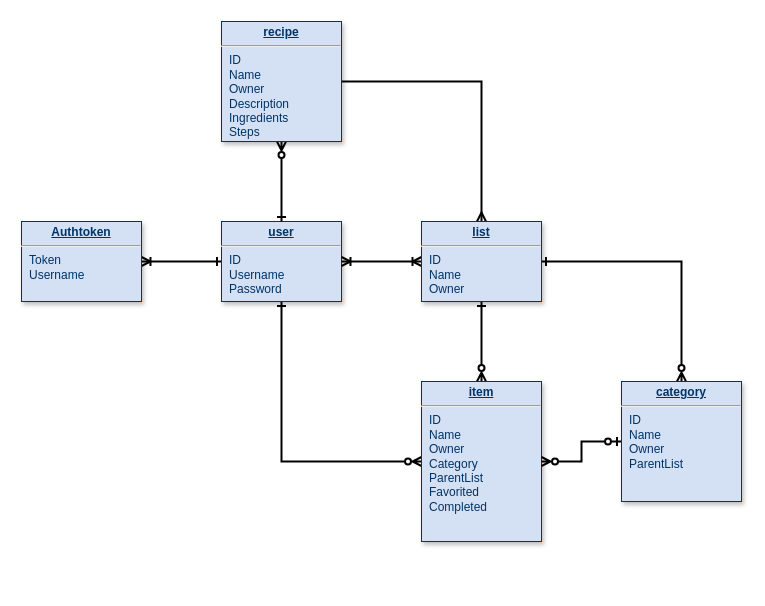
Above: db/dbDiagram.drawio in JacksonSahleen/FamilyListServer (draw.io), before the change. Source tidied: cells renumbered, new cells numbered last; positions are measured from the earlier drawing's top-left corner, leaving out a move shared by most shapes. Both pictures are drawn from the tidied source at 100%, with x=0, y=0 at pixel (21, 21).
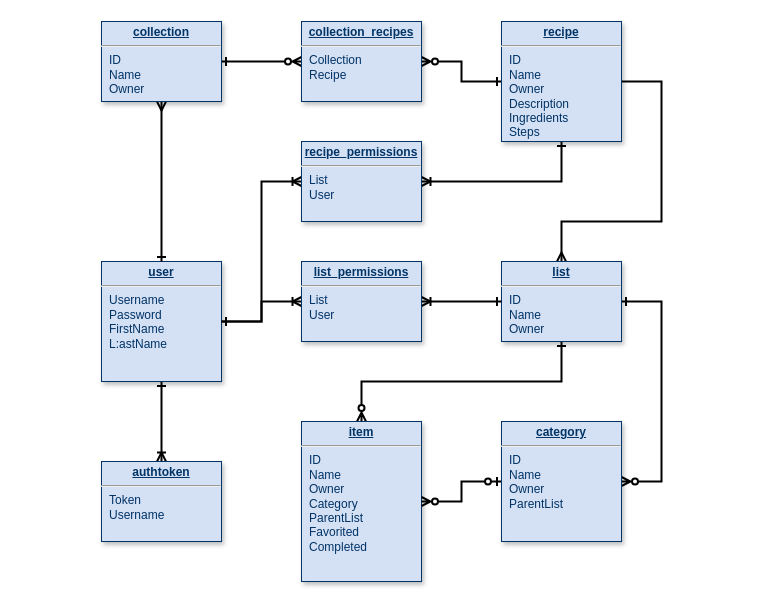
After the change.

What changed in the source:
```diff
@@
-    <mxCell id="2" style="edgeStyle=orthogonalEdgeStyle;rounded=0;jettySize=auto;html=1;endArrow=ERzeroToMany;endFill=0;startArrow=ERone;startFill=0;strokeWidth=2;entryX=0;entryY=0.5;entryDx=0;entryDy=0;exitX=0.5;exitY=1;exitDx=0;exitDy=0;" parent="1" edge="1" source="4" target="6">
-      <mxGeometry relative="1" as="geometry" />
-    </mxCell>
@@
-    <mxCell id="4" value="&lt;p style=&quot;margin: 0px; margin-top: 4px; text-align: center; text-decoration: underline;&quot;&gt;&lt;strong&gt;user&lt;/strong&gt;&lt;/p&gt;&lt;hr&gt;&lt;p style=&quot;margin: 0px; margin-left: 8px;&quot;&gt;&lt;span style=&quot;background-color: initial;&quot;&gt;ID&lt;/span&gt;&lt;/p&gt;&lt;p style=&quot;margin: 0px; margin-left: 8px;&quot;&gt;&lt;span style=&quot;background-color: initial;&quot;&gt;Username&lt;/span&gt;&lt;br&gt;&lt;/p&gt;&lt;p style=&quot;margin: 0px; margin-left: 8px;&quot;&gt;Password&lt;/p&gt;" style="verticalAlign=top;align=left;overflow=fill;fontSize=12;fontFamily=Helvetica;html=1;strokeColor=#003366;shadow=1;fillColor=#D4E1F5;fontColor=#003366;" parent="1" vertex="1">
-      <mxGeometry x="200" y="200" width="120" height="80" as="geometry" />
+    <mxCell id="4" value="&lt;p style=&quot;margin: 0px; margin-top: 4px; text-align: center; text-decoration: underline;&quot;&gt;&lt;strong&gt;user&lt;/strong&gt;&lt;/p&gt;&lt;hr&gt;&lt;p style=&quot;margin: 0px; margin-left: 8px;&quot;&gt;&lt;span style=&quot;background-color: initial;&quot;&gt;Username&lt;/span&gt;&lt;br&gt;&lt;/p&gt;&lt;p style=&quot;margin: 0px; margin-left: 8px;&quot;&gt;Password&lt;/p&gt;&lt;p style=&quot;margin: 0px; margin-left: 8px;&quot;&gt;FirstName&lt;/p&gt;&lt;p style=&quot;margin: 0px; margin-left: 8px;&quot;&gt;L:astName&lt;/p&gt;" style="verticalAlign=top;align=left;overflow=fill;fontSize=12;fontFamily=Helvetica;html=1;strokeColor=#003366;shadow=1;fillColor=#D4E1F5;fontColor=#003366;" parent="1" vertex="1">
+      <mxGeometry x="80" y="240" width="120" height="120" as="geometry" />
     </mxCell>
-    <mxCell id="5" style="edgeStyle=orthogonalEdgeStyle;rounded=0;jettySize=auto;html=1;fontFamily=Helvetica;fontSize=12;fontColor=#003366;startArrow=ERzeroToMany;startFill=0;endArrow=ERone;endFill=0;strokeWidth=2;" parent="1" edge="1" source="6" target="12">
+    <mxCell id="5" style="edgeStyle=orthogonalEdgeStyle;rounded=0;jettySize=auto;html=1;fontFamily=Helvetica;fontSize=12;fontColor=#003366;startArrow=ERzeroToMany;startFill=0;endArrow=ERone;endFill=0;strokeWidth=2;exitX=0.5;exitY=0;exitDx=0;exitDy=0;" parent="1" edge="1" source="6" target="12">
       <mxGeometry relative="1" as="geometry" />
     </mxCell>
     <mxCell id="6" value="&lt;p style=&quot;margin: 0px; margin-top: 4px; text-align: center; text-decoration: underline;&quot;&gt;&lt;strong&gt;item&lt;/strong&gt;&lt;/p&gt;&lt;hr&gt;&lt;p style=&quot;margin: 0px; margin-left: 8px;&quot;&gt;&lt;span style=&quot;background-color: initial;&quot;&gt;ID&lt;/span&gt;&lt;/p&gt;&lt;p style=&quot;margin: 0px; margin-left: 8px;&quot;&gt;&lt;span style=&quot;background-color: initial;&quot;&gt;Name&lt;/span&gt;&lt;br&gt;&lt;/p&gt;&lt;p style=&quot;margin: 0px; margin-left: 8px;&quot;&gt;&lt;span style=&quot;background-color: initial;&quot;&gt;Owner&lt;/span&gt;&lt;/p&gt;&lt;p style=&quot;margin: 0px; margin-left: 8px;&quot;&gt;Category&lt;/p&gt;&lt;p style=&quot;margin: 0px; margin-left: 8px;&quot;&gt;ParentList&lt;/p&gt;&lt;p style=&quot;margin: 0px; margin-left: 8px;&quot;&gt;Favorited&lt;/p&gt;&lt;p style=&quot;margin: 0px; margin-left: 8px;&quot;&gt;Completed&lt;/p&gt;" style="verticalAlign=top;align=left;overflow=fill;fontSize=12;fontFamily=Helvetica;html=1;strokeColor=#003366;shadow=1;fillColor=#D4E1F5;fontColor=#003366;" parent="1" vertex="1">
-      <mxGeometry x="400" y="360" width="120" height="160" as="geometry" />
+      <mxGeometry x="280" y="400" width="120" height="160" as="geometry" />
     </mxCell>
@@
-    <mxCell id="8" style="edgeStyle=orthogonalEdgeStyle;rounded=0;jettySize=auto;html=1;entryX=1;entryY=0.5;entryDx=0;entryDy=0;exitX=0.5;exitY=0;exitDx=0;exitDy=0;startArrow=ERzeroToMany;startFill=0;endArrow=ERone;endFill=0;strokeWidth=2;" parent="1" edge="1" source="9" target="12">
-      <mxGeometry relative="1" as="geometry" />
+    <mxCell id="8" style="edgeStyle=orthogonalEdgeStyle;rounded=0;jettySize=auto;html=1;entryX=1;entryY=0.5;entryDx=0;entryDy=0;exitX=1;exitY=0.5;exitDx=0;exitDy=0;startArrow=ERzeroToMany;startFill=0;endArrow=ERone;endFill=0;strokeWidth=2;" parent="1" edge="1" source="9" target="12">
+      <mxGeometry relative="1" as="geometry">
+        <Array as="points">
+          <mxPoint x="640" y="460" />
+          <mxPoint x="640" y="280" />
+        </Array>
+      </mxGeometry>
     </mxCell>
     <mxCell id="9" value="&lt;p style=&quot;margin: 0px; margin-top: 4px; text-align: center; text-decoration: underline;&quot;&gt;&lt;b&gt;category&lt;/b&gt;&lt;/p&gt;&lt;hr&gt;&lt;p style=&quot;margin: 0px; margin-left: 8px;&quot;&gt;ID&lt;/p&gt;&lt;p style=&quot;margin: 0px; margin-left: 8px;&quot;&gt;&lt;span style=&quot;background-color: initial;&quot;&gt;Name&lt;/span&gt;&lt;/p&gt;&lt;p style=&quot;margin: 0px; margin-left: 8px;&quot;&gt;&lt;span style=&quot;background-color: initial;&quot;&gt;Owner&lt;/span&gt;&lt;/p&gt;&lt;p style=&quot;margin: 0px; margin-left: 8px;&quot;&gt;&lt;span style=&quot;background-color: initial;&quot;&gt;ParentList&lt;/span&gt;&lt;br&gt;&lt;/p&gt;" style="verticalAlign=top;align=left;overflow=fill;fontSize=12;fontFamily=Helvetica;html=1;strokeColor=#003366;shadow=1;fillColor=#D4E1F5;fontColor=#003366;" parent="1" vertex="1">
-      <mxGeometry x="600" y="360" width="120" height="120" as="geometry" />
+      <mxGeometry x="480" y="400" width="120" height="120" as="geometry" />
     </mxCell>
     <mxCell id="10" style="edgeStyle=orthogonalEdgeStyle;rounded=0;jettySize=auto;html=1;strokeWidth=2;startArrow=ERmany;startFill=0;endArrow=none;endFill=0;exitX=0.5;exitY=0;exitDx=0;exitDy=0;entryX=1;entryY=0.5;entryDx=0;entryDy=0;" parent="1" edge="1" source="12" target="14">
       <mxGeometry relative="1" as="geometry">
         <Array as="points">
-          <mxPoint x="460" y="60" />
+          <mxPoint x="540" y="200" />
+          <mxPoint x="640" y="200" />
+          <mxPoint x="640" y="60" />
         </Array>
       </mxGeometry>
     </mxCell>
-    <mxCell id="11" style="edgeStyle=orthogonalEdgeStyle;rounded=0;jettySize=auto;html=1;strokeWidth=2;endArrow=ERoneToMany;endFill=0;startArrow=ERoneToMany;startFill=0;" parent="1" edge="1" source="12" target="4">
-      <mxGeometry relative="1" as="geometry" />
-    </mxCell>
     <mxCell id="12" value="&lt;p style=&quot;margin: 0px; margin-top: 4px; text-align: center; text-decoration: underline;&quot;&gt;&lt;b&gt;list&lt;/b&gt;&lt;/p&gt;&lt;hr&gt;&lt;p style=&quot;margin: 0px; margin-left: 8px;&quot;&gt;ID&lt;/p&gt;&lt;p style=&quot;margin: 0px; margin-left: 8px;&quot;&gt;Name&lt;/p&gt;&lt;p style=&quot;margin: 0px; margin-left: 8px;&quot;&gt;Owner&lt;/p&gt;" style="verticalAlign=top;align=left;overflow=fill;fontSize=12;fontFamily=Helvetica;html=1;strokeColor=#003366;shadow=1;fillColor=#D4E1F5;fontColor=#003366;" parent="1" vertex="1">
-      <mxGeometry x="400" y="200" width="120" height="80" as="geometry" />
+      <mxGeometry x="480" y="240" width="120" height="80" as="geometry" />
     </mxCell>
-    <mxCell id="13" style="edgeStyle=orthogonalEdgeStyle;rounded=0;jettySize=auto;html=1;strokeWidth=2;endArrow=ERone;endFill=0;startArrow=ERzeroToMany;startFill=0;" parent="1" edge="1" source="14" target="4">
+    <mxCell id="13" style="edgeStyle=orthogonalEdgeStyle;rounded=0;jettySize=auto;html=1;strokeWidth=2;endArrow=ERone;endFill=0;startArrow=ERmany;startFill=0;" parent="1" edge="1" source="19" target="4">
       <mxGeometry relative="1" as="geometry" />
     </mxCell>
+    <mxCell id="16" style="edgeStyle=orthogonalEdgeStyle;rounded=0;jettySize=auto;html=1;strokeWidth=2;endArrow=ERzeroToMany;endFill=0;startArrow=ERone;startFill=0;" parent="1" edge="1" source="14" target="20">
+      <mxGeometry relative="1" as="geometry" />
+    </mxCell>
+    <mxCell id="17" style="edgeStyle=orthogonalEdgeStyle;rounded=0;jettySize=auto;html=1;exitX=0.5;exitY=1;exitDx=0;exitDy=0;strokeWidth=2;endArrow=ERoneToMany;endFill=0;startArrow=ERone;startFill=0;" parent="1" edge="1" source="14" target="25">
+      <mxGeometry relative="1" as="geometry" />
+    </mxCell>
     <mxCell id="14" value="&lt;p style=&quot;margin: 0px; margin-top: 4px; text-align: center; text-decoration: underline;&quot;&gt;&lt;strong&gt;recipe&lt;/strong&gt;&lt;/p&gt;&lt;hr&gt;&lt;p style=&quot;margin: 0px; margin-left: 8px;&quot;&gt;&lt;span style=&quot;background-color: initial;&quot;&gt;ID&lt;/span&gt;&lt;/p&gt;&lt;p style=&quot;margin: 0px; margin-left: 8px;&quot;&gt;&lt;span style=&quot;background-color: initial;&quot;&gt;Name&lt;/span&gt;&lt;br&gt;&lt;/p&gt;&lt;p style=&quot;margin: 0px; margin-left: 8px;&quot;&gt;&lt;span style=&quot;background-color: initial;&quot;&gt;Owner&lt;/span&gt;&lt;/p&gt;&lt;p style=&quot;margin: 0px; margin-left: 8px;&quot;&gt;Description&lt;/p&gt;&lt;p style=&quot;margin: 0px; margin-left: 8px;&quot;&gt;&lt;span style=&quot;background-color: initial;&quot;&gt;Ingredients&lt;/span&gt;&lt;br&gt;&lt;/p&gt;&lt;p style=&quot;margin: 0px; margin-left: 8px;&quot;&gt;Steps&lt;/p&gt;" style="verticalAlign=top;align=left;overflow=fill;fontSize=12;fontFamily=Helvetica;html=1;strokeColor=#003366;shadow=1;fillColor=#D4E1F5;fontColor=#003366;" parent="1" vertex="1">
-      <mxGeometry x="200" width="120" height="120" as="geometry" />
+      <mxGeometry x="480" width="120" height="120" as="geometry" />
     </mxCell>
-    <mxCell id="15" value="&lt;p style=&quot;margin: 0px; margin-top: 4px; text-align: center; text-decoration: underline;&quot;&gt;&lt;b&gt;Authtoken&lt;/b&gt;&lt;/p&gt;&lt;hr&gt;&lt;p style=&quot;margin: 0px; margin-left: 8px;&quot;&gt;Token&lt;/p&gt;&lt;p style=&quot;margin: 0px; margin-left: 8px;&quot;&gt;Username&lt;/p&gt;" style="verticalAlign=top;align=left;overflow=fill;fontSize=12;fontFamily=Helvetica;html=1;strokeColor=#003366;shadow=1;fillColor=#D4E1F5;fontColor=#003366;" parent="1" vertex="1">
-      <mxGeometry y="200" width="120" height="80" as="geometry" />
+    <mxCell id="15" value="&lt;p style=&quot;margin: 0px; margin-top: 4px; text-align: center; text-decoration: underline;&quot;&gt;&lt;b&gt;authtoken&lt;/b&gt;&lt;/p&gt;&lt;hr&gt;&lt;p style=&quot;margin: 0px; margin-left: 8px;&quot;&gt;Token&lt;/p&gt;&lt;p style=&quot;margin: 0px; margin-left: 8px;&quot;&gt;Username&lt;/p&gt;" style="verticalAlign=top;align=left;overflow=fill;fontSize=12;fontFamily=Helvetica;html=1;strokeColor=#003366;shadow=1;fillColor=#D4E1F5;fontColor=#003366;" parent="1" vertex="1">
+      <mxGeometry x="80" y="440" width="120" height="80" as="geometry" />
     </mxCell>
+    <mxCell id="18" style="edgeStyle=orthogonalEdgeStyle;rounded=0;jettySize=auto;html=1;strokeWidth=2;endArrow=ERzeroToMany;endFill=0;startArrow=ERone;startFill=0;" parent="1" edge="1" source="19" target="20">
+      <mxGeometry relative="1" as="geometry" />
+    </mxCell>
+    <mxCell id="19" value="&lt;p style=&quot;margin: 0px; margin-top: 4px; text-align: center; text-decoration: underline;&quot;&gt;&lt;b&gt;collection&lt;/b&gt;&lt;/p&gt;&lt;hr&gt;&lt;p style=&quot;margin: 0px; margin-left: 8px;&quot;&gt;ID&lt;/p&gt;&lt;p style=&quot;margin: 0px; margin-left: 8px;&quot;&gt;Name&lt;/p&gt;&lt;p style=&quot;margin: 0px; margin-left: 8px;&quot;&gt;Owner&lt;/p&gt;" style="verticalAlign=top;align=left;overflow=fill;fontSize=12;fontFamily=Helvetica;html=1;strokeColor=#003366;shadow=1;fillColor=#D4E1F5;fontColor=#003366;" parent="1" vertex="1">
+      <mxGeometry x="80" width="120" height="80" as="geometry" />
+    </mxCell>
+    <mxCell id="20" value="&lt;p style=&quot;margin: 0px; margin-top: 4px; text-align: center; text-decoration: underline;&quot;&gt;&lt;b&gt;collection_recipes&lt;/b&gt;&lt;/p&gt;&lt;hr&gt;&lt;p style=&quot;margin: 0px; margin-left: 8px;&quot;&gt;&lt;span style=&quot;background-color: initial;&quot;&gt;Collection&lt;/span&gt;&lt;br&gt;&lt;/p&gt;&lt;p style=&quot;margin: 0px; margin-left: 8px;&quot;&gt;Recipe&lt;/p&gt;" style="verticalAlign=top;align=left;overflow=fill;fontSize=12;fontFamily=Helvetica;html=1;strokeColor=#003366;shadow=1;fillColor=#D4E1F5;fontColor=#003366;" parent="1" vertex="1">
+      <mxGeometry x="280" width="120" height="80" as="geometry" />
+    </mxCell>
+    <mxCell id="21" style="edgeStyle=orthogonalEdgeStyle;rounded=0;jettySize=auto;html=1;startArrow=ERoneToMany;startFill=0;endArrow=ERone;endFill=0;strokeWidth=2;" parent="1" edge="1" source="23" target="12">
+      <mxGeometry relative="1" as="geometry" />
+    </mxCell>
+    <mxCell id="22" style="edgeStyle=orthogonalEdgeStyle;rounded=0;jettySize=auto;html=1;strokeWidth=2;endArrow=ERone;endFill=0;startArrow=ERoneToMany;startFill=0;" parent="1" edge="1" source="23" target="4">
+      <mxGeometry relative="1" as="geometry" />
+    </mxCell>
+    <mxCell id="23" value="&lt;p style=&quot;margin: 0px; margin-top: 4px; text-align: center; text-decoration: underline;&quot;&gt;&lt;b&gt;list_permissions&lt;/b&gt;&lt;/p&gt;&lt;hr&gt;&lt;p style=&quot;margin: 0px; margin-left: 8px;&quot;&gt;List&lt;/p&gt;&lt;p style=&quot;margin: 0px; margin-left: 8px;&quot;&gt;User&lt;/p&gt;" style="verticalAlign=top;align=left;overflow=fill;fontSize=12;fontFamily=Helvetica;html=1;strokeColor=#003366;shadow=1;fillColor=#D4E1F5;fontColor=#003366;" parent="1" vertex="1">
+      <mxGeometry x="280" y="240" width="120" height="80" as="geometry" />
+    </mxCell>
+    <mxCell id="24" style="edgeStyle=orthogonalEdgeStyle;rounded=0;jettySize=auto;html=1;entryX=1;entryY=0.5;entryDx=0;entryDy=0;strokeWidth=2;endArrow=ERone;endFill=0;startArrow=ERoneToMany;startFill=0;" parent="1" edge="1" source="25" target="4">
+      <mxGeometry relative="1" as="geometry" />
+    </mxCell>
+    <mxCell id="25" value="&lt;p style=&quot;margin: 0px; margin-top: 4px; text-align: center; text-decoration: underline;&quot;&gt;&lt;b&gt;recipe_permissions&lt;/b&gt;&lt;/p&gt;&lt;hr&gt;&lt;p style=&quot;margin: 0px; margin-left: 8px;&quot;&gt;List&lt;/p&gt;&lt;p style=&quot;margin: 0px; margin-left: 8px;&quot;&gt;User&lt;/p&gt;" style="verticalAlign=top;align=left;overflow=fill;fontSize=12;fontFamily=Helvetica;html=1;strokeColor=#003366;shadow=1;fillColor=#D4E1F5;fontColor=#003366;" parent="1" vertex="1">
+      <mxGeometry x="280" y="120" width="120" height="80" as="geometry" />
+    </mxCell>
```
